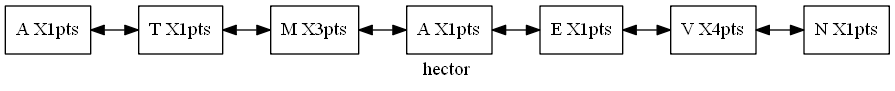
Above: Reportes/ListaJugador.png in hr9457/EDD_1S2020_PY1_201314296 (Graphviz), before the change. Its source is kept beside it as ArchivosDot/ListaJugador.dot.
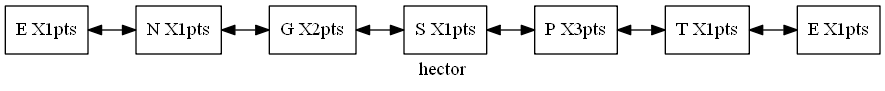
Later version of the same file.

Commit message:
menu del jugador 2

The edit, as a diff of the source:
```diff
@@ -1,13 +1,13 @@
 digraph Lista {
 rankdir=LR;
 node [shape=record];
-Nodo0[label="A  X1pts"]
-Nodo1[label="T  X1pts"]
-Nodo2[label="M  X3pts"]
-Nodo3[label="A  X1pts"]
-Nodo4[label="E  X1pts"]
-Nodo5[label="V  X4pts"]
-Nodo6[label="N  X1pts"]
+Nodo0[label="E  X1pts"]
+Nodo1[label="N  X1pts"]
+Nodo2[label="G  X2pts"]
+Nodo3[label="S  X1pts"]
+Nodo4[label="P  X3pts"]
+Nodo5[label="T  X1pts"]
+Nodo6[label="E  X1pts"]
 Nodo0->Nodo1[dir=both];
 Nodo1->Nodo2[dir=both];
 Nodo2->Nodo3[dir=both];
```
